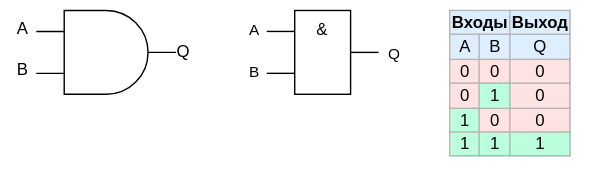
Above: .pic/Introduction/How FPGA works/fig_01.drawio.svg in MPSU/APS (draw.io), before the change. Source tidied: cells renumbered, new cells last; positions are measured from the earlier drawing's top-left corner, leaving out a move shared by most shapes.
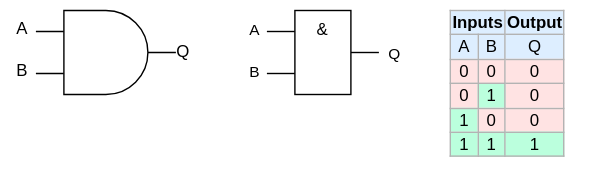
Above is the later version.

Change to the diagram source:
```diff
@@ -47,7 +47,7 @@
     <mxCell id="12" value="&amp;amp;" style="rounded=0;whiteSpace=wrap;html=1;horizontal=1;verticalAlign=top;" parent="1" vertex="1">
       <mxGeometry x="210" y="7" width="40" height="60" as="geometry" />
     </mxCell>
-    <mxCell id="13" value="&lt;table border=&quot;1&quot; class=&quot;wikitable&quot; style=&quot;float: right; text-align: center; border: 1px solid rgb(179, 179, 179); border-collapse: collapse;&quot;&gt;&lt;tbody&gt;&lt;tr style=&quot;background:#def;&quot;&gt;&lt;td colspan=&quot;2&quot;&gt;&lt;b&gt;Входы&lt;/b&gt;&lt;/td&gt;&lt;td&gt;&lt;b&gt;Выход&lt;/b&gt;&lt;br&gt;&lt;/td&gt;&lt;/tr&gt;&lt;tr style=&quot;background:#def;&quot;&gt;&lt;td&gt;A&lt;/td&gt;&lt;td&gt;B&lt;/td&gt;&lt;td&gt;Q&lt;br&gt;&lt;/td&gt;&lt;/tr&gt;&lt;tr&gt;&lt;td style=&quot;background: #FFE3E3; color: black; vertical-align: middle; text-align: center;&quot; class=&quot;table-no2&quot;&gt;0&lt;/td&gt;&lt;td style=&quot;background: #FFE3E3; color: black; vertical-align: middle; text-align: center;&quot; class=&quot;table-no2&quot;&gt;0&lt;/td&gt;&lt;td style=&quot;background: #FFE3E3; color: black; vertical-align: middle; text-align: center;&quot; class=&quot;table-no2&quot;&gt;0&lt;br&gt;&lt;/td&gt;&lt;/tr&gt;&lt;tr&gt;&lt;td style=&quot;background: #FFE3E3; color: black; vertical-align: middle; text-align: center;&quot; class=&quot;table-no2&quot;&gt;0&lt;/td&gt;&lt;td style=&quot;background:#bfd; color:black; vertical-align:middle; text-align:center;&quot; class=&quot;table-yes2&quot;&gt;1&lt;/td&gt;&lt;td border=&quot;1&quot; style=&quot;background: rgb(255, 227, 227); color: black; vertical-align: middle; text-align: center; border-collapse: collapse;&quot; class=&quot;table-no2&quot;&gt;&lt;span style=&quot;&quot;&gt;0&lt;/span&gt;&lt;br&gt;&lt;/td&gt;&lt;/tr&gt;&lt;tr&gt;&lt;td style=&quot;background:#bfd; color:black; vertical-align:middle; text-align:center;&quot; class=&quot;table-yes2&quot;&gt;1&lt;/td&gt;&lt;td style=&quot;background: #FFE3E3; color: black; vertical-align: middle; text-align: center;&quot; class=&quot;table-no2&quot;&gt;0&lt;/td&gt;&lt;td style=&quot;background: rgb(255, 227, 227); color: black; vertical-align: middle; text-align: center;&quot; class=&quot;table-no2&quot;&gt;0&lt;br&gt;&lt;/td&gt;&lt;/tr&gt;&lt;tr&gt;&lt;td style=&quot;background:#bfd; color:black; vertical-align:middle; text-align:center;&quot; class=&quot;table-yes2&quot;&gt;1&lt;/td&gt;&lt;td style=&quot;background:#bfd; color:black; vertical-align:middle; text-align:center;&quot; class=&quot;table-yes2&quot;&gt;1&lt;/td&gt;&lt;td style=&quot;background: rgb(187, 255, 221); color: black; vertical-align: middle; text-align: center;&quot; class=&quot;table-yes2&quot;&gt;1&lt;br&gt;&lt;/td&gt;&lt;/tr&gt;&lt;/tbody&gt;&lt;/table&gt;" style="text;whiteSpace=wrap;html=1;strokeColor=none;" parent="1" vertex="1">
+    <mxCell id="13" value="&lt;table border=&quot;1&quot; class=&quot;wikitable&quot; style=&quot;float: right; text-align: center; border: 1px solid rgb(179, 179, 179); border-collapse: collapse;&quot;&gt;&lt;tbody&gt;&lt;tr style=&quot;background:#def;&quot;&gt;&lt;td colspan=&quot;2&quot;&gt;&lt;b&gt;Inputs&lt;/b&gt;&lt;/td&gt;&lt;td&gt;&lt;b&gt;Output&lt;/b&gt;&lt;br&gt;&lt;/td&gt;&lt;/tr&gt;&lt;tr style=&quot;background:#def;&quot;&gt;&lt;td&gt;A&lt;/td&gt;&lt;td&gt;B&lt;/td&gt;&lt;td&gt;Q&lt;br&gt;&lt;/td&gt;&lt;/tr&gt;&lt;tr&gt;&lt;td style=&quot;background: #FFE3E3; color: black; vertical-align: middle; text-align: center;&quot; class=&quot;table-no2&quot;&gt;0&lt;/td&gt;&lt;td style=&quot;background: #FFE3E3; color: black; vertical-align: middle; text-align: center;&quot; class=&quot;table-no2&quot;&gt;0&lt;/td&gt;&lt;td style=&quot;background: #FFE3E3; color: black; vertical-align: middle; text-align: center;&quot; class=&quot;table-no2&quot;&gt;0&lt;br&gt;&lt;/td&gt;&lt;/tr&gt;&lt;tr&gt;&lt;td style=&quot;background: #FFE3E3; color: black; vertical-align: middle; text-align: center;&quot; class=&quot;table-no2&quot;&gt;0&lt;/td&gt;&lt;td style=&quot;background:#bfd; color:black; vertical-align:middle; text-align:center;&quot; class=&quot;table-yes2&quot;&gt;1&lt;/td&gt;&lt;td border=&quot;1&quot; style=&quot;background: rgb(255, 227, 227); color: black; vertical-align: middle; text-align: center; border-collapse: collapse;&quot; class=&quot;table-no2&quot;&gt;&lt;span style=&quot;&quot;&gt;0&lt;/span&gt;&lt;br&gt;&lt;/td&gt;&lt;/tr&gt;&lt;tr&gt;&lt;td style=&quot;background:#bfd; color:black; vertical-align:middle; text-align:center;&quot; class=&quot;table-yes2&quot;&gt;1&lt;/td&gt;&lt;td style=&quot;background: #FFE3E3; color: black; vertical-align: middle; text-align: center;&quot; class=&quot;table-no2&quot;&gt;0&lt;/td&gt;&lt;td style=&quot;background: rgb(255, 227, 227); color: black; vertical-align: middle; text-align: center;&quot; class=&quot;table-no2&quot;&gt;0&lt;br&gt;&lt;/td&gt;&lt;/tr&gt;&lt;tr&gt;&lt;td style=&quot;background:#bfd; color:black; vertical-align:middle; text-align:center;&quot; class=&quot;table-yes2&quot;&gt;1&lt;/td&gt;&lt;td style=&quot;background:#bfd; color:black; vertical-align:middle; text-align:center;&quot; class=&quot;table-yes2&quot;&gt;1&lt;/td&gt;&lt;td style=&quot;background: rgb(187, 255, 221); color: black; vertical-align: middle; text-align: center;&quot; class=&quot;table-yes2&quot;&gt;1&lt;br&gt;&lt;/td&gt;&lt;/tr&gt;&lt;/tbody&gt;&lt;/table&gt;" style="text;whiteSpace=wrap;html=1;strokeColor=none;" parent="1" vertex="1">
       <mxGeometry x="319" width="110" height="130" as="geometry" />
     </mxCell>
   </root>
```
